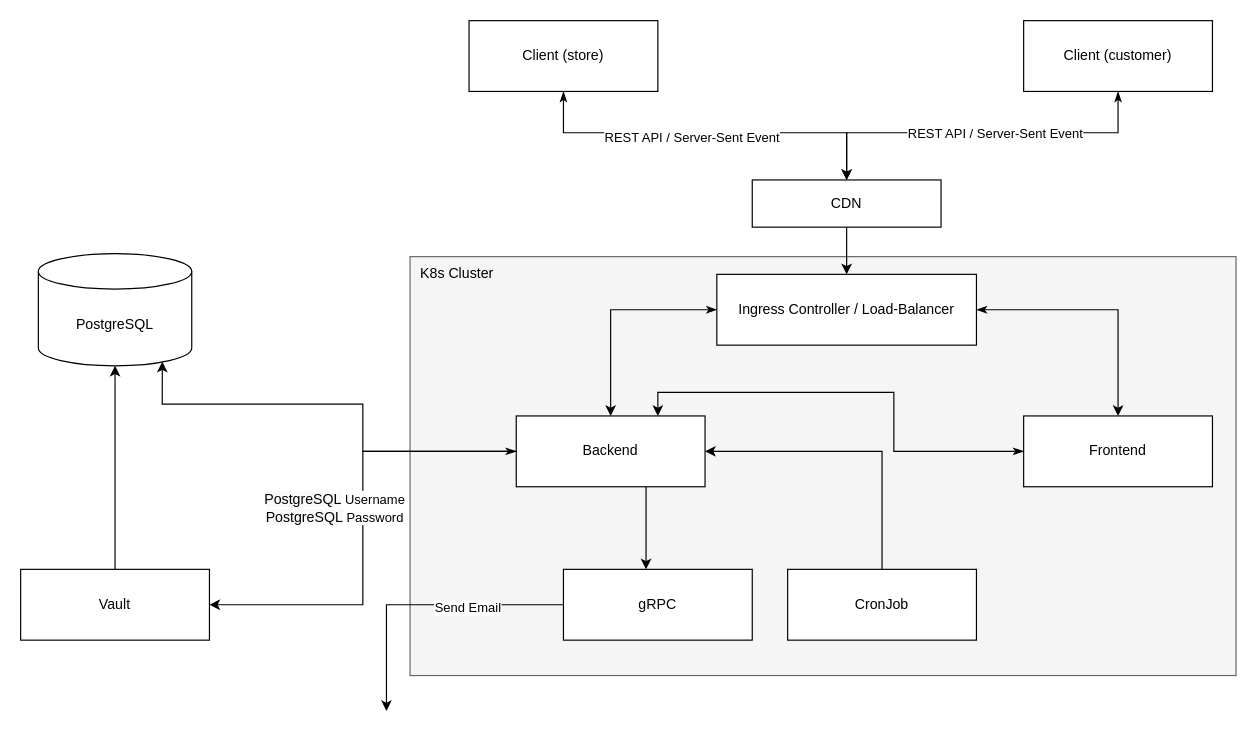
Before: images/architecture.drawio in Jerry0420/Queue-System, a draw.io diagram. Source tidied: cells renumbered, new cells numbered last; positions are measured from the earlier drawing's top-left corner, leaving out a move shared by most shapes. Both pictures are drawn from the tidied source at 118%, with x=0, y=0 at pixel (20, 20).
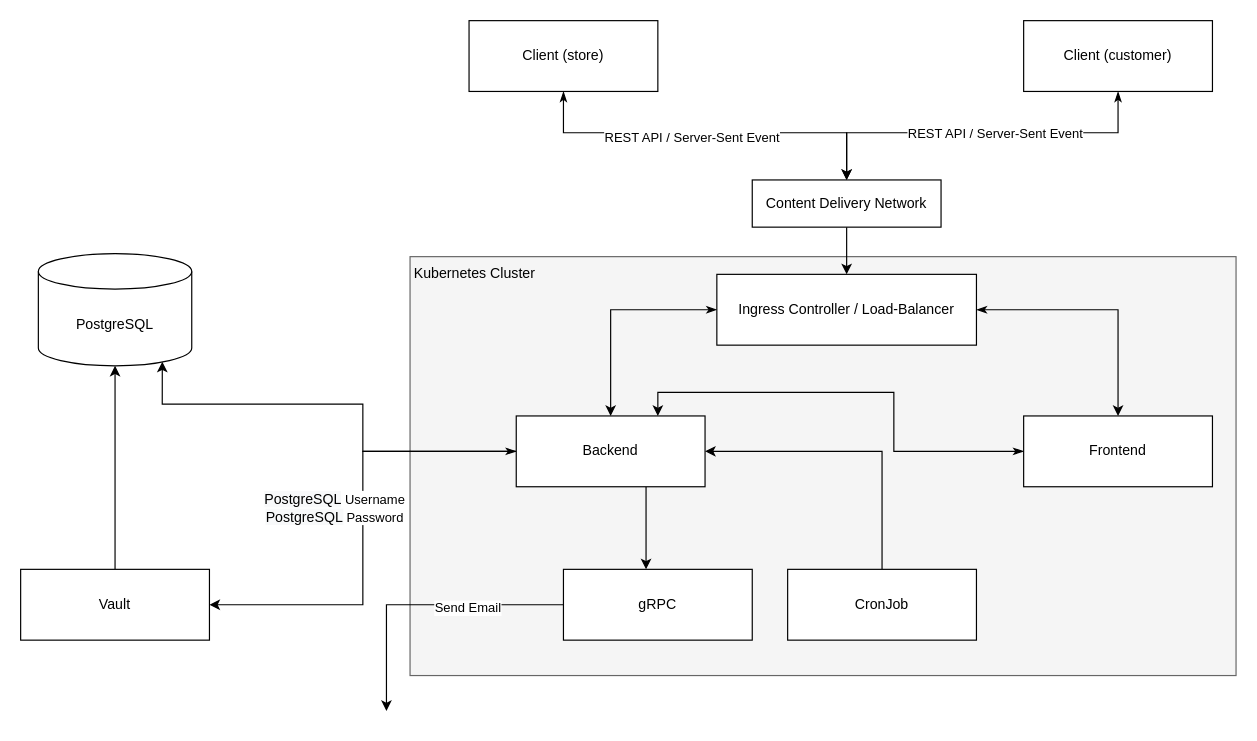
The same page after the edit.

What changed in the source:
```diff
@@
-    <mxCell id="14" value="K8s Cluster" style="text;html=1;strokeColor=none;fillColor=none;align=center;verticalAlign=middle;whiteSpace=wrap;rounded=0;" parent="1" vertex="1">
-      <mxGeometry x="330" y="200" width="80" height="30" as="geometry" />
+    <mxCell id="14" value="Kubernetes Cluster" style="text;html=1;strokeColor=none;fillColor=none;align=center;verticalAlign=middle;whiteSpace=wrap;rounded=0;" parent="1" vertex="1">
+      <mxGeometry x="330" y="200" width="110" height="30" as="geometry" />
     </mxCell>
@@
-    <mxCell id="29" value="CDN" style="rounded=0;whiteSpace=wrap;html=1;" parent="1" vertex="1">
+    <mxCell id="29" value="Content Delivery Network" style="rounded=0;whiteSpace=wrap;html=1;" parent="1" vertex="1">
       <mxGeometry x="620" y="135" width="160" height="40" as="geometry" />
     </mxCell>
```
